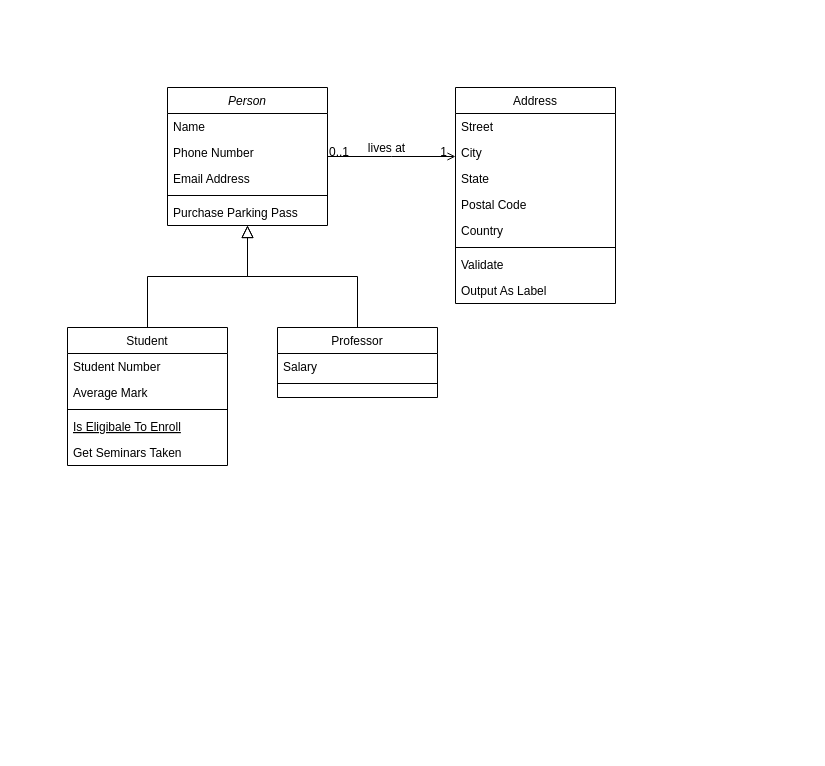
This is Untitled Diagram.drawio from keneau800315/web_learn, a draw.io file, before an edit. Source tidied: cells renumbered, new cells numbered last; positions are measured from the earlier drawing's top-left corner, leaving out a move shared by most shapes. Both pictures are drawn from the tidied source at 100%, with x=0, y=0 at pixel (67, 87).
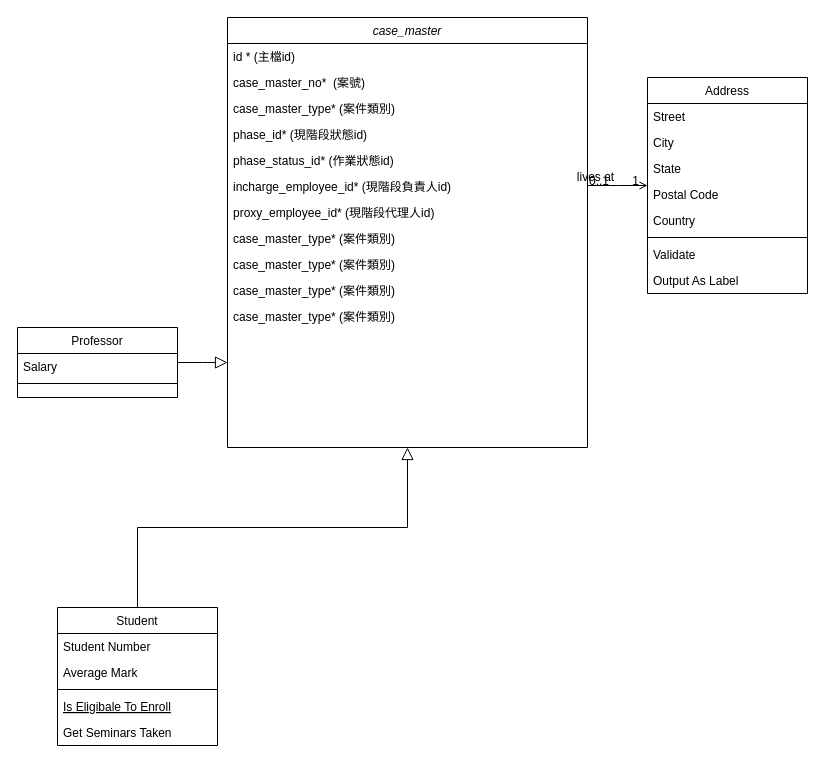
The same diagram, later.

Change to the diagram source:
```diff
@@
-    <mxCell id="2" value="Person" style="swimlane;fontStyle=2;align=center;verticalAlign=top;horizontal=1;startSize=26;rounded=0;shadow=0;strokeWidth=1;" parent="1" vertex="1">
-      <mxGeometry x="100" width="160" height="138" as="geometry" />
+    <mxCell id="2" value="case_master" style="swimlane;fontStyle=2;align=center;verticalAlign=top;horizontal=1;startSize=26;rounded=0;shadow=0;strokeWidth=1;" parent="1" vertex="1">
+      <mxGeometry x="160" y="-70" width="360" height="430" as="geometry" />
     </mxCell>
-    <mxCell id="3" value="Name" style="text;align=left;verticalAlign=top;spacingLeft=4;spacingRight=4;overflow=hidden;" parent="2" vertex="1">
-      <mxGeometry y="26" width="160" height="26" as="geometry" />
+    <mxCell id="3" value="id * (主檔id)" style="text;align=left;verticalAlign=top;spacingLeft=4;spacingRight=4;overflow=hidden;" parent="2" vertex="1">
+      <mxGeometry y="26" width="360" height="26" as="geometry" />
     </mxCell>
-    <mxCell id="4" value="Phone Number" style="text;align=left;verticalAlign=top;spacingLeft=4;spacingRight=4;overflow=hidden;rounded=0;shadow=0;html=0;" parent="2" vertex="1">
-      <mxGeometry y="52" width="160" height="26" as="geometry" />
+    <mxCell id="4" value="case_master_no*  (案號)" style="text;align=left;verticalAlign=top;spacingLeft=4;spacingRight=4;overflow=hidden;rounded=0;shadow=0;html=0;" parent="2" vertex="1">
+      <mxGeometry y="52" width="360" height="26" as="geometry" />
     </mxCell>
-    <mxCell id="5" value="Email Address" style="text;align=left;verticalAlign=top;spacingLeft=4;spacingRight=4;overflow=hidden;rounded=0;shadow=0;html=0;" parent="2" vertex="1">
-      <mxGeometry y="78" width="160" height="26" as="geometry" />
+    <mxCell id="5" value="case_master_type* (案件類別)" style="text;align=left;verticalAlign=top;spacingLeft=4;spacingRight=4;overflow=hidden;rounded=0;shadow=0;html=0;" parent="2" vertex="1">
+      <mxGeometry y="78" width="360" height="26" as="geometry" />
     </mxCell>
-    <mxCell id="6" style="line;html=1;strokeWidth=1;align=left;verticalAlign=middle;spacingTop=-1;spacingLeft=3;spacingRight=3;labelPosition=right;" parent="2" vertex="1">
-      <mxGeometry y="104" width="160" height="8" as="geometry" />
-    </mxCell>
-    <mxCell id="7" value="Purchase Parking Pass" style="text;align=left;verticalAlign=top;spacingLeft=4;spacingRight=4;overflow=hidden;" parent="2" vertex="1">
-      <mxGeometry y="112" width="160" height="26" as="geometry" />
-    </mxCell>
+    <mxCell id="32" value="phase_id* (現階段狀態id)" style="text;align=left;verticalAlign=top;spacingLeft=4;spacingRight=4;overflow=hidden;rounded=0;shadow=0;html=0;" parent="2" vertex="1">
+      <mxGeometry y="104" width="360" height="26" as="geometry" />
+    </mxCell>
+    <mxCell id="33" value="phase_status_id* (作業狀態id)" style="text;align=left;verticalAlign=top;spacingLeft=4;spacingRight=4;overflow=hidden;rounded=0;shadow=0;html=0;" parent="2" vertex="1">
+      <mxGeometry y="130" width="360" height="26" as="geometry" />
+    </mxCell>
+    <mxCell id="34" value="incharge_employee_id* (現階段負責人id)" style="text;align=left;verticalAlign=top;spacingLeft=4;spacingRight=4;overflow=hidden;rounded=0;shadow=0;html=0;" parent="2" vertex="1">
+      <mxGeometry y="156" width="360" height="26" as="geometry" />
+    </mxCell>
+    <mxCell id="35" value="proxy_employee_id* (現階段代理人id)" style="text;align=left;verticalAlign=top;spacingLeft=4;spacingRight=4;overflow=hidden;rounded=0;shadow=0;html=0;" parent="2" vertex="1">
+      <mxGeometry y="182" width="360" height="26" as="geometry" />
+    </mxCell>
+    <mxCell id="36" value="case_master_type* (案件類別)" style="text;align=left;verticalAlign=top;spacingLeft=4;spacingRight=4;overflow=hidden;rounded=0;shadow=0;html=0;" parent="2" vertex="1">
+      <mxGeometry y="208" width="360" height="26" as="geometry" />
+    </mxCell>
+    <mxCell id="37" value="case_master_type* (案件類別)" style="text;align=left;verticalAlign=top;spacingLeft=4;spacingRight=4;overflow=hidden;rounded=0;shadow=0;html=0;" parent="2" vertex="1">
+      <mxGeometry y="234" width="360" height="26" as="geometry" />
+    </mxCell>
+    <mxCell id="38" value="case_master_type* (案件類別)" style="text;align=left;verticalAlign=top;spacingLeft=4;spacingRight=4;overflow=hidden;rounded=0;shadow=0;html=0;" parent="2" vertex="1">
+      <mxGeometry y="260" width="360" height="26" as="geometry" />
+    </mxCell>
+    <mxCell id="39" value="case_master_type* (案件類別)" style="text;align=left;verticalAlign=top;spacingLeft=4;spacingRight=4;overflow=hidden;rounded=0;shadow=0;html=0;" parent="2" vertex="1">
+      <mxGeometry y="286" width="360" height="26" as="geometry" />
+    </mxCell>
     <mxCell id="8" value="Student" style="swimlane;fontStyle=0;align=center;verticalAlign=top;horizontal=1;startSize=26;rounded=0;shadow=0;strokeWidth=1;" parent="1" vertex="1">
-      <mxGeometry y="240" width="160" height="138" as="geometry" />
+      <mxGeometry x="-10" y="520" width="160" height="138" as="geometry" />
     </mxCell>
@@
     <mxCell id="15" value="Professor" style="swimlane;fontStyle=0;align=center;verticalAlign=top;horizontal=1;startSize=26;rounded=0;shadow=0;strokeWidth=1;" parent="1" vertex="1">
-      <mxGeometry x="210" y="240" width="160" height="70" as="geometry" />
+      <mxGeometry x="-50" y="240" width="160" height="70" as="geometry" />
     </mxCell>
@@
     <mxCell id="19" value="Address" style="swimlane;fontStyle=0;align=center;verticalAlign=top;horizontal=1;startSize=26;rounded=0;shadow=0;strokeWidth=1;" parent="1" vertex="1">
-      <mxGeometry x="388" width="160" height="216" as="geometry" />
+      <mxGeometry x="580" y="-10" width="160" height="216" as="geometry" />
     </mxCell>
```
